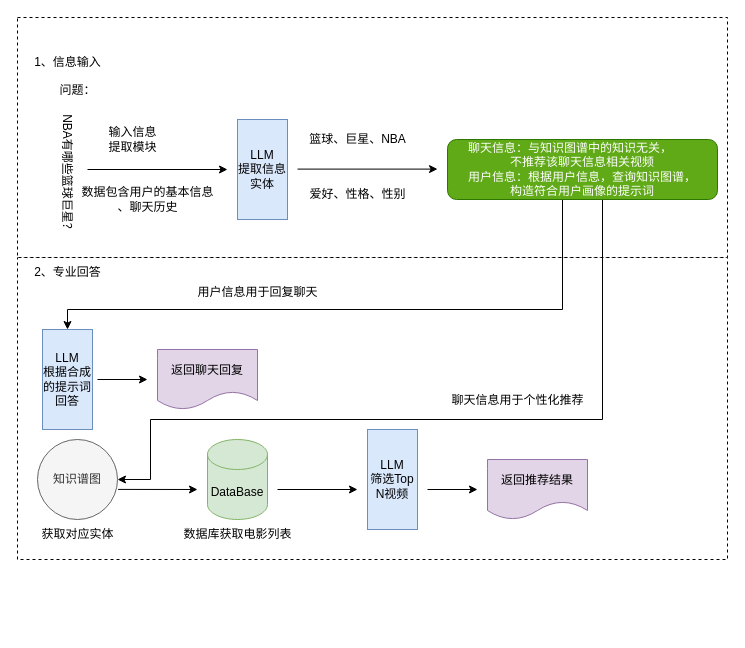
xxs980/Test keeps this draw.io diagram as 聊天流程图.drawio. Above is the earlier version. Source tidied: cells renumbered, new cells numbered last; positions are measured from the earlier drawing's top-left corner, leaving out a move shared by most shapes. Both pictures are drawn from the tidied source at 100%, with x=0, y=0 at pixel (-3, 17).
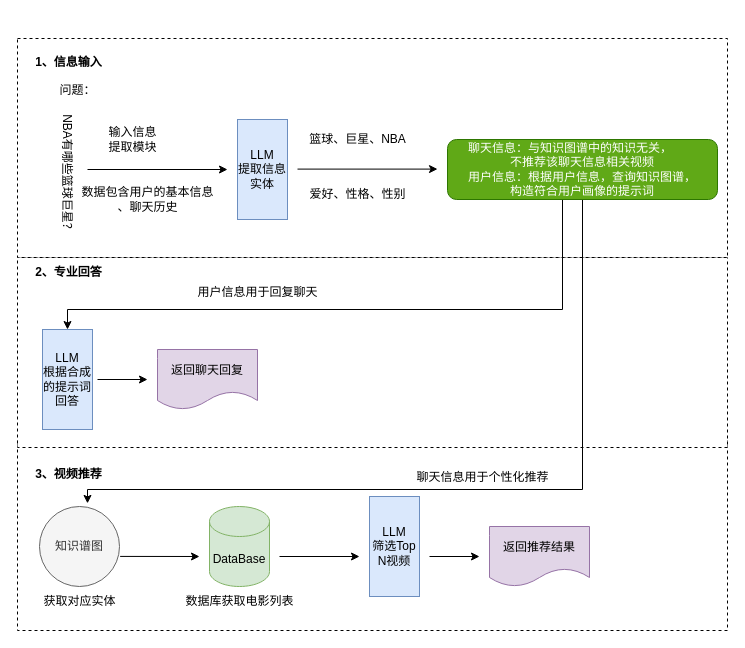
The same diagram, later.

Commit message (it also covers changes not shown here):
更新聊天流程图.drawio

Unchanged cells that the change refers to:
```xml
<mxCell id="17" value="&lt;div style=&quot;text-align: left;&quot;&gt;&lt;span style=&quot;background-color: initial;&quot;&gt;聊天信息：与知识图谱中的知识无关，&lt;/span&gt;&lt;/div&gt;&lt;div&gt;不推荐该聊天信息相关视频&lt;br&gt;&lt;div&gt;用户信息：根据用户信息，查询知识图谱，&lt;/div&gt;&lt;/div&gt;&lt;div&gt;构造符合用户画像的提示词&lt;/div&gt;" style="rounded=1;whiteSpace=wrap;html=1;fillColor=#60a917;fontColor=#ffffff;strokeColor=#2D7600;" parent="1" vertex="1">
  <mxGeometry x="450" y="122" width="270" height="60" as="geometry" />
</mxCell>
```

What changed in the source:
```diff
@@
+    <mxCell id="32" style="rounded=0;whiteSpace=wrap;html=1;dashed=1;" parent="1" vertex="1">
+      <mxGeometry x="20" y="423" width="710" height="190" as="geometry" />
+    </mxCell>
     <mxCell id="2" style="rounded=0;whiteSpace=wrap;html=1;dashed=1;" parent="1" vertex="1">
-      <mxGeometry x="20" y="240" width="710" height="302" as="geometry" />
+      <mxGeometry x="20" y="240" width="710" height="190" as="geometry" />
     </mxCell>
     <mxCell id="3" style="rounded=0;whiteSpace=wrap;html=1;dashed=1;" parent="1" vertex="1">
-      <mxGeometry x="20" width="710" height="240" as="geometry" />
+      <mxGeometry x="20" y="21" width="710" height="219" as="geometry" />
     </mxCell>
-    <mxCell id="4" value="1、信息输入" style="text;html=1;align=center;verticalAlign=middle;strokeColor=none;fillColor=none;" parent="1" vertex="1">
-      <mxGeometry x="25" y="30" width="90" height="30" as="geometry" />
+    <mxCell id="4" value="&lt;b&gt;1、信息输入&lt;/b&gt;" style="text;html=1;align=center;verticalAlign=middle;strokeColor=none;fillColor=none;" parent="1" vertex="1">
+      <mxGeometry x="28" y="32" width="85" height="26" as="geometry" />
     </mxCell>
@@
-    <mxCell id="15" style="edgeStyle=orthogonalEdgeStyle;rounded=0;orthogonalLoop=1;jettySize=auto;html=1;exitX=0.565;exitY=1;exitDx=0;exitDy=0;exitPerimeter=0;" parent="1" edge="1">
+    <mxCell id="15" style="edgeStyle=orthogonalEdgeStyle;rounded=0;jettySize=auto;html=1;entryX=0.159;entryY=0.624;entryDx=0;entryDy=0;entryPerimeter=0;exitX=0.5;exitY=1;exitDx=0;exitDy=0;" parent="1" edge="1" source="17">
       <mxGeometry relative="1" as="geometry">
-        <mxPoint x="605" y="182" as="sourcePoint" />
-        <mxPoint x="120" y="462" as="targetPoint" />
+        <mxPoint x="90" y="485.9" as="targetPoint" />
         <Array as="points">
-          <mxPoint x="605" y="402" />
-          <mxPoint x="153" y="402" />
-          <mxPoint x="153" y="462" />
+          <mxPoint x="585" y="472" />
+          <mxPoint x="90" y="472" />
         </Array>
       </mxGeometry>
     </mxCell>
     <mxCell id="16" value="&lt;font style=&quot;font-size: 12px;&quot;&gt;聊天信息用于个性化推荐&lt;/font&gt;" style="edgeLabel;html=1;align=center;verticalAlign=middle;" parent="15" vertex="1">
       <mxGeometry x="0.3" y="7" relative="1" as="geometry">
-        <mxPoint x="191" y="-27" as="offset" />
+        <mxPoint x="128" y="-20" as="offset" />
       </mxGeometry>
     </mxCell>
@@
-    <mxCell id="18" value="2、专业回答" style="text;html=1;align=center;verticalAlign=middle;strokeColor=none;fillColor=none;" parent="1" vertex="1">
-      <mxGeometry x="25" y="240" width="90" height="30" as="geometry" />
+    <mxCell id="18" value="&lt;b&gt;2、专业回答&lt;/b&gt;" style="text;html=1;align=center;verticalAlign=middle;strokeColor=none;fillColor=none;" parent="1" vertex="1">
+      <mxGeometry x="28" y="242" width="85" height="26" as="geometry" />
     </mxCell>
@@
     <mxCell id="21" value="知识谱图" style="ellipse;whiteSpace=wrap;html=1;fillColor=#f5f5f5;fontColor=#333333;strokeColor=#666666;" parent="1" vertex="1">
-      <mxGeometry x="40" y="422" width="80" height="80" as="geometry" />
+      <mxGeometry x="42" y="489" width="80" height="80" as="geometry" />
     </mxCell>
     <mxCell id="22" value="获取对应实体" style="text;html=1;align=center;verticalAlign=middle;strokeColor=none;fillColor=none;" parent="1" vertex="1">
-      <mxGeometry x="30" y="502" width="100" height="30" as="geometry" />
+      <mxGeometry x="32" y="569" width="100" height="30" as="geometry" />
     </mxCell>
     <mxCell id="23" style="endArrow=classic;html=1;rounded=0;exitX=1.008;exitY=0.624;exitDx=0;exitDy=0;exitPerimeter=0;" parent="1" edge="1" source="21">
       <mxGeometry relative="1" as="geometry">
-        <mxPoint x="200" y="472" as="targetPoint" />
+        <mxPoint x="202" y="539" as="targetPoint" />
       </mxGeometry>
     </mxCell>
     <mxCell id="24" value="DataBase" style="shape=cylinder3;whiteSpace=wrap;html=1;boundedLbl=1;backgroundOutline=1;size=15;fillColor=#d5e8d4;strokeColor=#82b366;" parent="1" vertex="1">
-      <mxGeometry x="210" y="422" width="60" height="80" as="geometry" />
+      <mxGeometry x="212" y="489" width="60" height="80" as="geometry" />
     </mxCell>
     <mxCell id="25" value="数据库获取电影列表" style="text;html=1;align=center;verticalAlign=middle;strokeColor=none;fillColor=none;" parent="1" vertex="1">
-      <mxGeometry x="175" y="502" width="130" height="30" as="geometry" />
+      <mxGeometry x="177" y="569" width="130" height="30" as="geometry" />
     </mxCell>
     <mxCell id="26" style="endArrow=classic;html=1;rounded=0;" parent="1" edge="1">
       <mxGeometry relative="1" as="geometry">
-        <mxPoint x="280" y="472" as="sourcePoint" />
-        <mxPoint x="360" y="472" as="targetPoint" />
+        <mxPoint x="282" y="539" as="sourcePoint" />
+        <mxPoint x="362" y="539" as="targetPoint" />
       </mxGeometry>
     </mxCell>
     <mxCell id="27" value="LLM&lt;div&gt;筛选Top N视频&lt;/div&gt;" style="rounded=0;whiteSpace=wrap;html=1;fillColor=#dae8fc;strokeColor=#6c8ebf;" parent="1" vertex="1">
-      <mxGeometry x="370" y="412" width="50" height="100" as="geometry" />
+      <mxGeometry x="372" y="479" width="50" height="100" as="geometry" />
     </mxCell>
     <mxCell id="28" style="endArrow=classic;html=1;rounded=0;" parent="1" edge="1">
       <mxGeometry relative="1" as="geometry">
-        <mxPoint x="430" y="472" as="sourcePoint" />
-        <mxPoint x="480" y="472" as="targetPoint" />
+        <mxPoint x="432" y="539" as="sourcePoint" />
+        <mxPoint x="482" y="539" as="targetPoint" />
       </mxGeometry>
     </mxCell>
     <mxCell id="29" value="返回推荐结果" style="shape=document;whiteSpace=wrap;html=1;boundedLbl=1;fillColor=#e1d5e7;strokeColor=#9673a6;" parent="1" vertex="1">
-      <mxGeometry x="490" y="442" width="100" height="60" as="geometry" />
+      <mxGeometry x="492" y="509" width="100" height="60" as="geometry" />
     </mxCell>
@@
+    <mxCell id="33" value="&lt;b&gt;3、视频推荐&lt;/b&gt;" style="text;html=1;align=center;verticalAlign=middle;whiteSpace=wrap;rounded=0;" parent="1" vertex="1">
+      <mxGeometry x="32" y="442" width="79" height="30" as="geometry" />
+    </mxCell>
```
